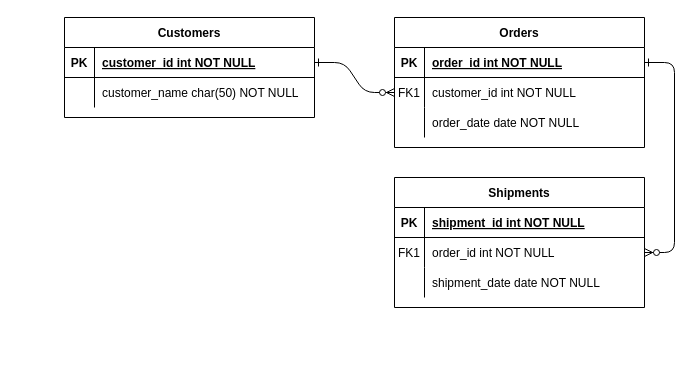
The draw.io diagram db/Untitled Diagram.drawio in geraldik/job4j_car, before the edit. Source tidied: cells renumbered, new cells numbered last; positions are measured from the earlier drawing's top-left corner, leaving out a move shared by most shapes. Both pictures are drawn from the tidied source at 100%, with x=0, y=0 at pixel (64, 17).
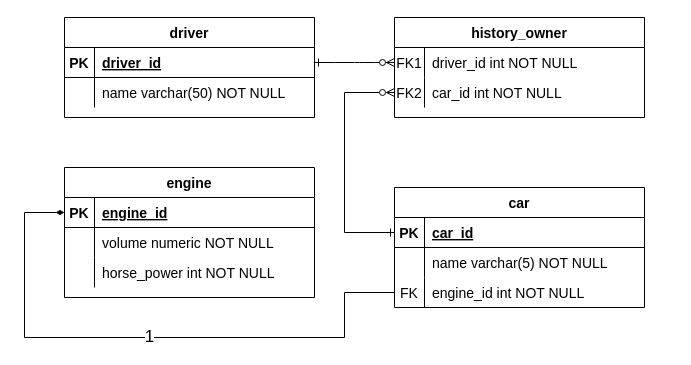
Above is the later version.

What changed in the source:
```diff
@@
-    <mxCell id="2" style="edgeStyle=entityRelationEdgeStyle;endArrow=ERzeroToMany;startArrow=ERone;endFill=1;startFill=0;" parent="1" edge="1" source="25" target="8">
+    <mxCell id="2" style="edgeStyle=entityRelationEdgeStyle;endArrow=ERzeroToMany;startArrow=ERone;endFill=1;startFill=0;fontSize=14;" parent="1" edge="1" source="25" target="8">
       <mxGeometry relative="1" as="geometry" />
     </mxCell>
-    <mxCell id="3" style="edgeStyle=entityRelationEdgeStyle;endArrow=ERzeroToMany;startArrow=ERone;endFill=1;startFill=0;" parent="1" edge="1" source="5" target="18">
-      <mxGeometry relative="1" as="geometry" />
-    </mxCell>
-    <mxCell id="4" value="Orders" style="shape=table;startSize=30;childLayout=tableLayout;rowLines=0;fontStyle=1;align=center;" parent="1" vertex="1">
-      <mxGeometry x="330" width="250" height="130" as="geometry" />
+    <mxCell id="4" value="history_owner" style="shape=table;startSize=30;childLayout=tableLayout;rowLines=0;fontStyle=1;align=center;fontSize=14;" parent="1" vertex="1">
+      <mxGeometry x="330" width="250" height="100" as="geometry" />
     </mxCell>
-    <mxCell id="5" style="shape=partialRectangle;fillColor=none;points=[[0,0.5],[1,0.5]];portConstraint=eastwest;top=0;left=0;right=0;bottom=1;" parent="4" vertex="1">
-      <mxGeometry y="30" width="250" height="30" as="geometry" />
-    </mxCell>
-    <mxCell id="6" value="PK" style="shape=partialRectangle;overflow=hidden;fillColor=none;top=0;left=0;bottom=0;right=0;fontStyle=1;" parent="5" vertex="1">
-      <mxGeometry width="30" height="30" as="geometry" />
-    </mxCell>
-    <mxCell id="7" value="order_id int NOT NULL " style="shape=partialRectangle;overflow=hidden;fillColor=none;top=0;left=0;bottom=0;right=0;align=left;spacingLeft=6;fontStyle=5;" parent="5" vertex="1">
-      <mxGeometry x="30" width="220" height="30" as="geometry" />
-    </mxCell>
-    <mxCell id="8" style="shape=partialRectangle;fillColor=none;points=[[0,0.5],[1,0.5]];portConstraint=eastwest;top=0;left=0;right=0;bottom=0;" parent="4" vertex="1">
-      <mxGeometry y="60" width="250" height="30" as="geometry" />
+    <mxCell id="8" style="shape=partialRectangle;fillColor=none;points=[[0,0.5],[1,0.5]];portConstraint=eastwest;top=0;left=0;right=0;bottom=0;fontSize=14;" parent="4" vertex="1">
+      <mxGeometry y="30" width="250" height="30" as="geometry" />
     </mxCell>
-    <mxCell id="9" value="FK1" style="shape=partialRectangle;overflow=hidden;fillColor=none;top=0;left=0;bottom=0;right=0;" parent="8" vertex="1">
+    <mxCell id="9" value="FK1" style="shape=partialRectangle;overflow=hidden;fillColor=none;top=0;left=0;bottom=0;right=0;fontSize=14;" parent="8" vertex="1">
       <mxGeometry width="30" height="30" as="geometry" />
     </mxCell>
-    <mxCell id="10" value="customer_id int NOT NULL" style="shape=partialRectangle;overflow=hidden;fillColor=none;top=0;left=0;bottom=0;right=0;align=left;spacingLeft=6;" parent="8" vertex="1">
+    <mxCell id="10" value="driver_id int NOT NULL" style="shape=partialRectangle;overflow=hidden;fillColor=none;top=0;left=0;bottom=0;right=0;align=left;spacingLeft=6;fontSize=14;" parent="8" vertex="1">
       <mxGeometry x="30" width="220" height="30" as="geometry" />
     </mxCell>
-    <mxCell id="11" style="shape=partialRectangle;fillColor=none;points=[[0,0.5],[1,0.5]];portConstraint=eastwest;top=0;left=0;right=0;bottom=0;" parent="4" vertex="1">
-      <mxGeometry y="90" width="250" height="30" as="geometry" />
+    <mxCell id="11" style="shape=partialRectangle;fillColor=none;points=[[0,0.5],[1,0.5]];portConstraint=eastwest;top=0;left=0;right=0;bottom=0;fontSize=14;" parent="4" vertex="1">
+      <mxGeometry y="60" width="250" height="30" as="geometry" />
     </mxCell>
-    <mxCell id="12" style="shape=partialRectangle;overflow=hidden;fillColor=none;top=0;left=0;bottom=0;right=0;" parent="11" vertex="1">
+    <mxCell id="12" value="FK2" style="shape=partialRectangle;overflow=hidden;fillColor=none;top=0;left=0;bottom=0;right=0;fontSize=14;" parent="11" vertex="1">
       <mxGeometry width="30" height="30" as="geometry" />
     </mxCell>
-    <mxCell id="13" value="order_date date NOT NULL" style="shape=partialRectangle;overflow=hidden;fillColor=none;top=0;left=0;bottom=0;right=0;align=left;spacingLeft=6;" parent="11" vertex="1">
+    <mxCell id="13" value="car_id int NOT NULL" style="shape=partialRectangle;overflow=hidden;fillColor=none;top=0;left=0;bottom=0;right=0;align=left;spacingLeft=6;fontSize=14;" parent="11" vertex="1">
       <mxGeometry x="30" width="220" height="30" as="geometry" />
     </mxCell>
-    <mxCell id="14" value="Shipments" style="shape=table;startSize=30;childLayout=tableLayout;rowLines=0;fontStyle=1;align=center;" parent="1" vertex="1">
-      <mxGeometry x="330" y="160" width="250" height="130" as="geometry" />
+    <mxCell id="14" value="car" style="shape=table;startSize=30;childLayout=tableLayout;rowLines=0;fontStyle=1;align=center;fontSize=14;" parent="1" vertex="1">
+      <mxGeometry x="330" y="170" width="250" height="120" as="geometry" />
     </mxCell>
-    <mxCell id="15" style="shape=partialRectangle;fillColor=none;points=[[0,0.5],[1,0.5]];portConstraint=eastwest;top=0;left=0;right=0;bottom=1;" parent="14" vertex="1">
+    <mxCell id="15" style="shape=partialRectangle;fillColor=none;points=[[0,0.5],[1,0.5]];portConstraint=eastwest;top=0;left=0;right=0;bottom=1;fontSize=14;" parent="14" vertex="1">
       <mxGeometry y="30" width="250" height="30" as="geometry" />
     </mxCell>
-    <mxCell id="16" value="PK" style="shape=partialRectangle;overflow=hidden;fillColor=none;top=0;left=0;bottom=0;right=0;fontStyle=1;" parent="15" vertex="1">
+    <mxCell id="16" value="PK" style="shape=partialRectangle;overflow=hidden;fillColor=none;top=0;left=0;bottom=0;right=0;fontStyle=1;fontSize=14;" parent="15" vertex="1">
       <mxGeometry width="30" height="30" as="geometry" />
     </mxCell>
-    <mxCell id="17" value="shipment_id int NOT NULL " style="shape=partialRectangle;overflow=hidden;fillColor=none;top=0;left=0;bottom=0;right=0;align=left;spacingLeft=6;fontStyle=5;" parent="15" vertex="1">
+    <mxCell id="17" value="car_id" style="shape=partialRectangle;overflow=hidden;fillColor=none;top=0;left=0;bottom=0;right=0;align=left;spacingLeft=6;fontStyle=5;fontSize=14;" parent="15" vertex="1">
       <mxGeometry x="30" width="220" height="30" as="geometry" />
     </mxCell>
-    <mxCell id="18" style="shape=partialRectangle;fillColor=none;points=[[0,0.5],[1,0.5]];portConstraint=eastwest;top=0;left=0;right=0;bottom=0;" parent="14" vertex="1">
-      <mxGeometry y="60" width="250" height="30" as="geometry" />
-    </mxCell>
-    <mxCell id="19" value="FK1" style="shape=partialRectangle;overflow=hidden;fillColor=none;top=0;left=0;bottom=0;right=0;" parent="18" vertex="1">
-      <mxGeometry width="30" height="30" as="geometry" />
-    </mxCell>
-    <mxCell id="20" value="order_id int NOT NULL" style="shape=partialRectangle;overflow=hidden;fillColor=none;top=0;left=0;bottom=0;right=0;align=left;spacingLeft=6;" parent="18" vertex="1">
-      <mxGeometry x="30" width="220" height="30" as="geometry" />
-    </mxCell>
-    <mxCell id="21" style="shape=partialRectangle;fillColor=none;top=0;left=0;right=0;bottom=0;" parent="14" vertex="1">
-      <mxGeometry y="90" width="250" height="30" as="geometry" />
+    <mxCell id="21" style="shape=partialRectangle;fillColor=none;top=0;left=0;right=0;bottom=0;fontSize=14;" parent="14" vertex="1">
+      <mxGeometry y="60" width="250" height="30" as="geometry" />
     </mxCell>
-    <mxCell id="22" style="shape=partialRectangle;overflow=hidden;fillColor=none;top=0;left=0;bottom=0;right=0;" parent="21" vertex="1">
+    <mxCell id="22" style="shape=partialRectangle;overflow=hidden;fillColor=none;top=0;left=0;bottom=0;right=0;fontSize=14;" parent="21" vertex="1">
       <mxGeometry width="30" height="30" as="geometry" />
     </mxCell>
-    <mxCell id="23" value="shipment_date date NOT NULL" style="shape=partialRectangle;overflow=hidden;fillColor=none;top=0;left=0;bottom=0;right=0;align=left;spacingLeft=6;" parent="21" vertex="1">
+    <mxCell id="23" value="name varchar(5) NOT NULL" style="shape=partialRectangle;overflow=hidden;fillColor=none;top=0;left=0;bottom=0;right=0;align=left;spacingLeft=6;fontSize=14;" parent="21" vertex="1">
       <mxGeometry x="30" width="220" height="30" as="geometry" />
     </mxCell>
+    <mxCell id="31" style="shape=partialRectangle;fillColor=none;points=[[0,0.5],[1,0.5]];portConstraint=eastwest;top=0;left=0;right=0;bottom=0;fontSize=14;" parent="14" vertex="1">
+      <mxGeometry y="90" width="250" height="30" as="geometry" />
+    </mxCell>
+    <mxCell id="32" value="FK" style="shape=partialRectangle;overflow=hidden;fillColor=none;top=0;left=0;bottom=0;right=0;fontSize=14;" parent="31" vertex="1">
+      <mxGeometry width="30" height="30" as="geometry" />
+    </mxCell>
+    <mxCell id="33" value="engine_id int NOT NULL" style="shape=partialRectangle;overflow=hidden;fillColor=none;top=0;left=0;bottom=0;right=0;align=left;spacingLeft=6;fontSize=14;" parent="31" vertex="1">
+      <mxGeometry x="30" width="220" height="30" as="geometry" />
+    </mxCell>
-    <mxCell id="24" value="Customers" style="shape=table;startSize=30;childLayout=tableLayout;rowLines=0;fontStyle=1;align=center;" parent="1" vertex="1">
+    <mxCell id="24" value="driver" style="shape=table;startSize=30;childLayout=tableLayout;rowLines=0;fontStyle=1;align=center;fontSize=14;" parent="1" vertex="1">
       <mxGeometry width="250" height="100" as="geometry" />
     </mxCell>
-    <mxCell id="25" style="shape=partialRectangle;fillColor=none;points=[[0,0.5],[1,0.5]];portConstraint=eastwest;top=0;left=0;right=0;bottom=1;" parent="24" vertex="1">
+    <mxCell id="25" style="shape=partialRectangle;fillColor=none;points=[[0,0.5],[1,0.5]];portConstraint=eastwest;top=0;left=0;right=0;bottom=1;fontSize=14;" parent="24" vertex="1">
       <mxGeometry y="30" width="250" height="30" as="geometry" />
     </mxCell>
-    <mxCell id="26" value="PK" style="shape=partialRectangle;overflow=hidden;fillColor=none;top=0;left=0;bottom=0;right=0;fontStyle=1;" parent="25" vertex="1">
+    <mxCell id="26" value="PK" style="shape=partialRectangle;overflow=hidden;fillColor=none;top=0;left=0;bottom=0;right=0;fontStyle=1;fontSize=14;" parent="25" vertex="1">
       <mxGeometry width="30" height="30" as="geometry" />
     </mxCell>
-    <mxCell id="27" value="customer_id int NOT NULL " style="shape=partialRectangle;overflow=hidden;fillColor=none;top=0;left=0;bottom=0;right=0;align=left;spacingLeft=6;fontStyle=5;" parent="25" vertex="1">
+    <mxCell id="27" value="driver_id" style="shape=partialRectangle;overflow=hidden;fillColor=none;top=0;left=0;bottom=0;right=0;align=left;spacingLeft=6;fontStyle=5;fontSize=14;" parent="25" vertex="1">
       <mxGeometry x="30" width="220" height="30" as="geometry" />
     </mxCell>
-    <mxCell id="28" style="shape=partialRectangle;fillColor=none;top=0;left=0;right=0;bottom=0;" parent="24" vertex="1">
+    <mxCell id="28" style="shape=partialRectangle;fillColor=none;top=0;left=0;right=0;bottom=0;fontSize=14;" parent="24" vertex="1">
       <mxGeometry y="60" width="250" height="30" as="geometry" />
     </mxCell>
-    <mxCell id="29" style="shape=partialRectangle;overflow=hidden;fillColor=none;top=0;left=0;bottom=0;right=0;" parent="28" vertex="1">
+    <mxCell id="29" style="shape=partialRectangle;overflow=hidden;fillColor=none;top=0;left=0;bottom=0;right=0;fontSize=14;" parent="28" vertex="1">
       <mxGeometry width="30" height="30" as="geometry" />
     </mxCell>
-    <mxCell id="30" value="customer_name char(50) NOT NULL" style="shape=partialRectangle;overflow=hidden;fillColor=none;top=0;left=0;bottom=0;right=0;align=left;spacingLeft=6;" parent="28" vertex="1">
+    <mxCell id="30" value="name varchar(50) NOT NULL" style="shape=partialRectangle;overflow=hidden;fillColor=none;top=0;left=0;bottom=0;right=0;align=left;spacingLeft=6;fontSize=14;" parent="28" vertex="1">
       <mxGeometry x="30" width="220" height="30" as="geometry" />
     </mxCell>
+    <mxCell id="34" style="endArrow=ERzeroToMany;html=1;rounded=0;entryX=0;entryY=0.5;entryDx=0;entryDy=0;exitX=0;exitY=0.5;exitDx=0;exitDy=0;endFill=0;startArrow=ERone;startFill=0;fontSize=14;" parent="1" edge="1" source="15" target="11">
+      <mxGeometry relative="1" as="geometry">
+        <Array as="points">
+          <mxPoint x="280" y="215" />
+          <mxPoint x="280" y="75" />
+        </Array>
+      </mxGeometry>
+    </mxCell>
+    <mxCell id="35" value="engine" style="shape=table;startSize=30;childLayout=tableLayout;rowLines=0;fontStyle=1;align=center;fontSize=14;" parent="1" vertex="1">
+      <mxGeometry y="150" width="250" height="130" as="geometry" />
+    </mxCell>
+    <mxCell id="36" style="shape=partialRectangle;fillColor=none;points=[[0,0.5],[1,0.5]];portConstraint=eastwest;top=0;left=0;right=0;bottom=1;fontSize=14;" parent="35" vertex="1">
+      <mxGeometry y="30" width="250" height="30" as="geometry" />
+    </mxCell>
+    <mxCell id="6" value="PK" style="shape=partialRectangle;overflow=hidden;fillColor=none;top=0;left=0;bottom=0;right=0;fontStyle=1;fontSize=14;" parent="36" vertex="1">
+      <mxGeometry width="30" height="30" as="geometry" />
+    </mxCell>
+    <mxCell id="37" value="engine_id" style="shape=partialRectangle;overflow=hidden;fillColor=none;top=0;left=0;bottom=0;right=0;align=left;spacingLeft=6;fontStyle=5;fontSize=14;" parent="36" vertex="1">
+      <mxGeometry x="30" width="220" height="30" as="geometry" />
+    </mxCell>
+    <mxCell id="38" style="shape=partialRectangle;fillColor=none;top=0;left=0;right=0;bottom=0;fontSize=14;" parent="35" vertex="1">
+      <mxGeometry y="60" width="250" height="30" as="geometry" />
+    </mxCell>
+    <mxCell id="39" style="shape=partialRectangle;overflow=hidden;fillColor=none;top=0;left=0;bottom=0;right=0;fontSize=14;" parent="38" vertex="1">
+      <mxGeometry width="30" height="30" as="geometry" />
+    </mxCell>
+    <mxCell id="40" value="volume numeric NOT NULL" style="shape=partialRectangle;overflow=hidden;fillColor=none;top=0;left=0;bottom=0;right=0;align=left;spacingLeft=6;fontSize=14;" parent="38" vertex="1">
+      <mxGeometry x="30" width="220" height="30" as="geometry" />
+    </mxCell>
+    <mxCell id="41" style="shape=partialRectangle;fillColor=none;top=0;left=0;right=0;bottom=0;fontSize=14;" parent="35" vertex="1">
+      <mxGeometry y="90" width="250" height="30" as="geometry" />
+    </mxCell>
+    <mxCell id="42" style="shape=partialRectangle;overflow=hidden;fillColor=none;top=0;left=0;bottom=0;right=0;fontSize=14;" parent="41" vertex="1">
+      <mxGeometry width="30" height="30" as="geometry" />
+    </mxCell>
+    <mxCell id="43" value="horse_power int NOT NULL" style="shape=partialRectangle;overflow=hidden;fillColor=none;top=0;left=0;bottom=0;right=0;align=left;spacingLeft=6;fontSize=14;" parent="41" vertex="1">
+      <mxGeometry x="30" width="220" height="30" as="geometry" />
+    </mxCell>
+    <mxCell id="44" value="1" style="endArrow=none;html=1;rounded=0;entryX=0;entryY=0.5;entryDx=0;entryDy=0;exitX=0;exitY=0.5;exitDx=0;exitDy=0;endFill=0;startArrow=diamondThin;startFill=1;fontSize=17;" parent="1" edge="1" source="36" target="31">
+      <mxGeometry relative="1" as="geometry">
+        <Array as="points">
+          <mxPoint x="-40" y="195" />
+          <mxPoint x="-40" y="320" />
+          <mxPoint x="280" y="320" />
+          <mxPoint x="280" y="275" />
+        </Array>
+      </mxGeometry>
+    </mxCell>
```
